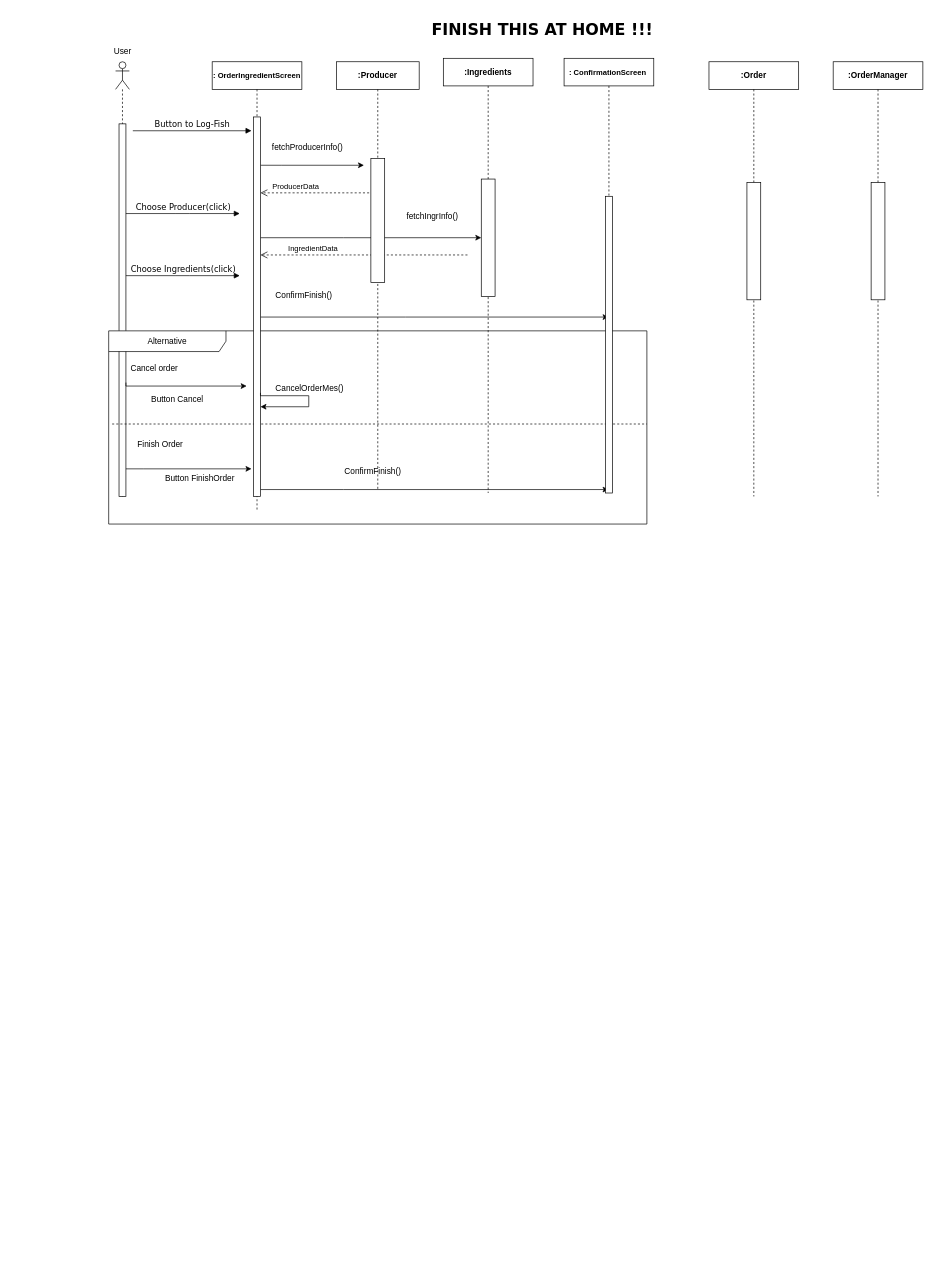
Above: Delivarable3/SequenceDiagram/OrderIngredientsSeq.drawio in TMCEID/SoftEngFishApp (draw.io), before the change. Source tidied: cells renumbered, new cells numbered last; positions are measured from the earlier drawing's top-left corner, leaving out a move shared by most shapes. Both pictures are drawn from the tidied source at 69%, with x=0, y=0 at pixel (105, 15).
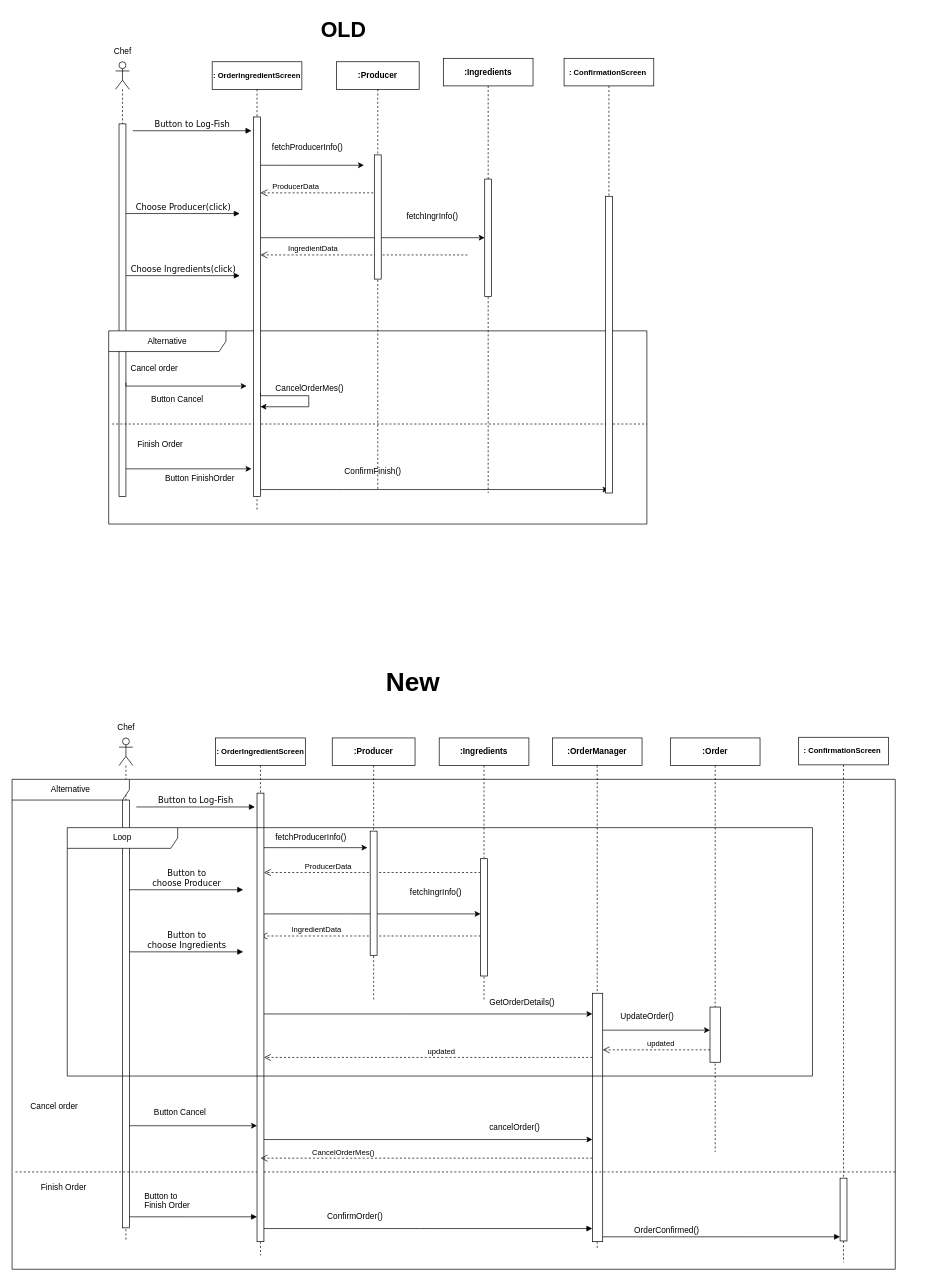
After the change.

Commit message:
Kostas: Finally updated it!

The change refers to these unchanged cells:
```xml
<mxCell id="27" value="&lt;b&gt;&lt;font style=&quot;font-size: 11px;&quot;&gt;: ConfirmationScreen&amp;nbsp; &lt;br&gt;&lt;/font&gt;&lt;/b&gt;" style="shape=umlLifeline;perimeter=lifelinePerimeter;whiteSpace=wrap;html=1;outlineConnect=0;portConstraint=eastwest;newEdgeStyle={&quot;curved&quot;:0,&quot;rounded&quot;:0};" parent="1" vertex="1">
  <mxGeometry x="665" y="62" width="130" height="630" as="geometry" />
</mxCell>
<mxCell id="29" value="&lt;b&gt;:Ingredients&lt;/b&gt;" style="shape=umlLifeline;perimeter=lifelinePerimeter;whiteSpace=wrap;html=1;newEdgeStyle={&quot;curved&quot;:0,&quot;rounded&quot;:0};" parent="1" vertex="1">
  <mxGeometry x="490" y="62" width="130" height="630" as="geometry" />
</mxCell>
<mxCell id="31" value="&lt;b&gt;:Producer&lt;/b&gt;" style="shape=umlLifeline;perimeter=lifelinePerimeter;whiteSpace=wrap;html=1;outlineConnect=0;portConstraint=eastwest;newEdgeStyle={&quot;curved&quot;:0,&quot;rounded&quot;:0};" parent="1" vertex="1">
  <mxGeometry x="335" y="67" width="120" height="620" as="geometry" />
</mxCell>
```

The edit, as a diff of the source:
```diff
@@
-    <mxCell id="5" value="User" style="text;html=1;align=center;verticalAlign=middle;strokeColor=none;fillColor=none;" parent="1" vertex="1">
+    <mxCell id="5" value="Chef" style="text;html=1;align=center;verticalAlign=middle;strokeColor=none;fillColor=none;" parent="1" vertex="1">
       <mxGeometry y="37" width="50" height="30" as="geometry" />
     </mxCell>
@@
-    <mxCell id="14" style="edgeStyle=orthogonalEdgeStyle;rounded=0;jettySize=auto;html=1;curved=0;" parent="1" edge="1" target="27">
-      <mxGeometry relative="1" as="geometry">
-        <mxPoint x="225" y="437" as="sourcePoint" />
-        <Array as="points">
-          <mxPoint x="435" y="437" />
-          <mxPoint x="435" y="437" />
-        </Array>
-      </mxGeometry>
-    </mxCell>
-    <mxCell id="15" value="ConfirmFinish()" style="text;whiteSpace=wrap;html=1;" parent="1" vertex="1">
-      <mxGeometry x="245" y="392" width="110" height="20" as="geometry" />
-    </mxCell>
@@
     <mxCell id="30" style="html=1;points=[[0,0,0,0,5],[0,1,0,0,-5],[1,0,0,0,5],[1,1,0,0,-5]];perimeter=orthogonalPerimeter;outlineConnect=0;targetShapes=umlLifeline;portConstraint=eastwest;newEdgeStyle={&quot;curved&quot;:0,&quot;rounded&quot;:0};" parent="29" vertex="1">
-      <mxGeometry x="55" y="175" width="20" height="170" as="geometry" />
+      <mxGeometry x="60" y="175" width="10" height="170" as="geometry" />
     </mxCell>
@@
     <mxCell id="32" style="html=1;perimeter=orthogonalPerimeter;targetShapes=umlLifeline;newEdgeStyle={&quot;curved&quot;:0,&quot;rounded&quot;:0};" parent="31" vertex="1">
-      <mxGeometry x="50" y="140" width="20" height="180" as="geometry" />
+      <mxGeometry x="55" y="135" width="10" height="180" as="geometry" />
     </mxCell>
@@
     <mxCell id="36" value="&lt;b&gt;:Order&lt;/b&gt;" style="shape=umlLifeline;perimeter=lifelinePerimeter;whiteSpace=wrap;html=1;newEdgeStyle={&quot;curved&quot;:0,&quot;rounded&quot;:0};" parent="1" vertex="1">
-      <mxGeometry x="875" y="67" width="130" height="630" as="geometry" />
+      <mxGeometry x="819" y="1047" width="130" height="600" as="geometry" />
     </mxCell>
     <mxCell id="37" style="html=1;points=[[0,0,0,0,5],[0,1,0,0,-5],[1,0,0,0,5],[1,1,0,0,-5]];perimeter=orthogonalPerimeter;outlineConnect=0;targetShapes=umlLifeline;portConstraint=eastwest;newEdgeStyle={&quot;curved&quot;:0,&quot;rounded&quot;:0};" parent="36" vertex="1">
-      <mxGeometry x="55" y="175" width="20" height="170" as="geometry" />
+      <mxGeometry x="57.5" y="390" width="15" height="80" as="geometry" />
     </mxCell>
     <mxCell id="38" value="&lt;b&gt;:OrderManager&lt;/b&gt;" style="shape=umlLifeline;perimeter=lifelinePerimeter;whiteSpace=wrap;html=1;newEdgeStyle={&quot;curved&quot;:0,&quot;rounded&quot;:0};" parent="1" vertex="1">
-      <mxGeometry x="1055" y="67" width="130" height="630" as="geometry" />
+      <mxGeometry x="648" y="1047" width="130" height="740" as="geometry" />
     </mxCell>
     <mxCell id="39" style="html=1;points=[[0,0,0,0,5],[0,1,0,0,-5],[1,0,0,0,5],[1,1,0,0,-5]];perimeter=orthogonalPerimeter;outlineConnect=0;targetShapes=umlLifeline;portConstraint=eastwest;newEdgeStyle={&quot;curved&quot;:0,&quot;rounded&quot;:0};" parent="38" vertex="1">
-      <mxGeometry x="55" y="175" width="20" height="170" as="geometry" />
+      <mxGeometry x="58" y="370" width="15" height="360" as="geometry" />
     </mxCell>
-    <mxCell id="40" value="&lt;font style=&quot;font-size: 23px;&quot;&gt;&lt;b&gt;&lt;font face=&quot;Verdana&quot;&gt;FINISH THIS AT HOME !!!&lt;span style=&quot;white-space: pre;&quot;&gt;&#9;&lt;/span&gt;&lt;/font&gt;&lt;/b&gt;&lt;/font&gt;" style="text;html=1;align=center;verticalAlign=middle;strokeColor=none;fillColor=none;" parent="1" vertex="1">
-      <mxGeometry x="480" width="370" height="40" as="geometry" />
-    </mxCell>
+    <mxCell id="41" value="&lt;b&gt;&lt;font style=&quot;font-size: 31px;&quot;&gt;OLD&lt;/font&gt;&lt;/b&gt;" style="text;html=1;align=center;verticalAlign=middle;strokeColor=none;fillColor=none;" parent="1" vertex="1">
+      <mxGeometry x="300" y="-5" width="90" height="50" as="geometry" />
+    </mxCell>
+    <mxCell id="42" value="&lt;b&gt;&lt;font style=&quot;font-size: 38px;&quot;&gt;New&lt;/font&gt;&lt;/b&gt;" style="text;whiteSpace=wrap;html=1;" parent="1" vertex="1">
+      <mxGeometry x="405" y="937" width="100" height="60" as="geometry" />
+    </mxCell>
+    <mxCell id="43" value="Button to Log-Fish" style="html=1;verticalAlign=bottom;endArrow=block;labelBackgroundColor=none;fontFamily=Verdana;fontSize=12;edgeStyle=elbowEdgeStyle;elbow=vertical;" parent="1" edge="1">
+      <mxGeometry relative="1" as="geometry">
+        <mxPoint x="45" y="1147" as="sourcePoint" />
+        <mxPoint x="217" y="1146.9" as="targetPoint" />
+      </mxGeometry>
+    </mxCell>
+    <mxCell id="44" style="shape=umlLifeline;perimeter=lifelinePerimeter;whiteSpace=wrap;html=1;newEdgeStyle={&quot;curved&quot;:0,&quot;rounded&quot;:0};participant=umlActor;" parent="1" vertex="1">
+      <mxGeometry x="20" y="1047" width="20" height="730" as="geometry" />
+    </mxCell>
+    <mxCell id="45" style="html=1;perimeter=orthogonalPerimeter;targetShapes=umlLifeline;newEdgeStyle={&quot;curved&quot;:0,&quot;rounded&quot;:0};" parent="44" vertex="1">
+      <mxGeometry x="5" y="90" width="10" height="620" as="geometry" />
+    </mxCell>
+    <mxCell id="46" value="Chef" style="text;html=1;align=center;verticalAlign=middle;strokeColor=none;fillColor=none;" parent="1" vertex="1">
+      <mxGeometry x="5" y="1017" width="50" height="30" as="geometry" />
+    </mxCell>
+    <mxCell id="47" style="edgeStyle=orthogonalEdgeStyle;rounded=0;orthogonalLoop=1;jettySize=auto;html=1;curved=0;" parent="1" edge="1">
+      <mxGeometry relative="1" as="geometry">
+        <mxPoint x="230" y="1206" as="sourcePoint" />
+        <mxPoint x="380" y="1206" as="targetPoint" />
+        <Array as="points">
+          <mxPoint x="260" y="1206" />
+          <mxPoint x="260" y="1206" />
+        </Array>
+      </mxGeometry>
+    </mxCell>
+    <mxCell id="48" value="fetchProducerInfo()" style="text;whiteSpace=wrap;html=1;" parent="1" vertex="1">
+      <mxGeometry x="245" y="1177" width="110" height="20" as="geometry" />
+    </mxCell>
+    <mxCell id="49" value="fetchIngrInfo()" style="text;whiteSpace=wrap;html=1;" parent="1" vertex="1">
+      <mxGeometry x="440" y="1257" width="82" height="30" as="geometry" />
+    </mxCell>
+    <mxCell id="50" style="edgeStyle=orthogonalEdgeStyle;rounded=0;jettySize=auto;html=1;curved=0;" parent="1" edge="1" target="69">
+      <mxGeometry relative="1" as="geometry">
+        <mxPoint x="230" y="1302" as="sourcePoint" />
+        <Array as="points">
+          <mxPoint x="350" y="1302" />
+          <mxPoint x="350" y="1302" />
+        </Array>
+      </mxGeometry>
+    </mxCell>
+    <mxCell id="51" value="ProducerData" style="html=1;verticalAlign=bottom;endArrow=open;dashed=1;endSize=8;curved=0;rounded=0;" parent="1" edge="1" source="69">
+      <mxGeometry x="0.41" relative="1" as="geometry">
+        <mxPoint x="230" y="1242" as="targetPoint" />
+      </mxGeometry>
+    </mxCell>
+    <mxCell id="52" value="IngredientData" style="html=1;verticalAlign=bottom;endArrow=open;dashed=1;endSize=8;curved=0;rounded=0;" parent="1" edge="1">
+      <mxGeometry x="0.49" relative="1" as="geometry">
+        <mxPoint x="544" y="1334" as="sourcePoint" />
+        <mxPoint x="225.1" y="1334" as="targetPoint" />
+      </mxGeometry>
+    </mxCell>
+    <mxCell id="53" value="Button to&lt;br&gt;choose Producer" style="html=1;verticalAlign=bottom;endArrow=block;labelBackgroundColor=none;fontFamily=Verdana;fontSize=12;edgeStyle=elbowEdgeStyle;elbow=vertical;" parent="1" edge="1">
+      <mxGeometry relative="1" as="geometry">
+        <mxPoint x="35" y="1267" as="sourcePoint" />
+        <mxPoint x="200" y="1267" as="targetPoint" />
+      </mxGeometry>
+    </mxCell>
+    <mxCell id="54" value="Button to&lt;br&gt;choose Ingredients " style="html=1;verticalAlign=bottom;endArrow=block;labelBackgroundColor=none;fontFamily=Verdana;fontSize=12;edgeStyle=elbowEdgeStyle;elbow=vertical;" parent="1" edge="1">
+      <mxGeometry relative="1" as="geometry">
+        <mxPoint x="35" y="1357" as="sourcePoint" />
+        <mxPoint x="200" y="1357" as="targetPoint" />
+      </mxGeometry>
+    </mxCell>
+    <mxCell id="55" value="Alternative" style="shape=umlFrame;whiteSpace=wrap;html=1;width=170;" parent="1" vertex="1">
+      <mxGeometry x="-135" y="1107" width="1280" height="710" as="geometry" />
+    </mxCell>
+    <mxCell id="56" value="Cancel order" style="text;html=1;" parent="55" vertex="1">
+      <mxGeometry width="100" height="20" relative="1" as="geometry">
+        <mxPoint x="25" y="460" as="offset" />
+      </mxGeometry>
+    </mxCell>
+    <mxCell id="57" style="line;strokeWidth=1;dashed=1;labelPosition=center;verticalLabelPosition=bottom;align=left;verticalAlign=top;spacingLeft=20;spacingTop=15;html=1;whiteSpace=wrap;" parent="55" vertex="1">
+      <mxGeometry x="5" y="564" width="1275" height="10" as="geometry" />
+    </mxCell>
+    <mxCell id="58" value="Button Cancel " style="text;whiteSpace=wrap;html=1;" parent="55" vertex="1">
+      <mxGeometry x="204" y="469.2" width="120" height="25" as="geometry" />
+    </mxCell>
+    <mxCell id="59" value="Finish Order" style="text;html=1;align=center;verticalAlign=middle;whiteSpace=wrap;rounded=0;" parent="55" vertex="1">
+      <mxGeometry x="40" y="577" width="70" height="30" as="geometry" />
+    </mxCell>
+    <mxCell id="60" value="Button to &lt;br&gt;Finish Order" style="text;whiteSpace=wrap;html=1;" parent="55" vertex="1">
+      <mxGeometry x="190" y="590" width="90" height="30" as="geometry" />
+    </mxCell>
+    <mxCell id="61" style="edgeStyle=orthogonalEdgeStyle;rounded=0;orthogonalLoop=1;jettySize=auto;html=1;curved=0;" parent="55" edge="1">
+      <mxGeometry relative="1" as="geometry">
+        <mxPoint x="170" y="502" as="sourcePoint" />
+        <mxPoint x="355" y="502" as="targetPoint" />
+        <Array as="points">
+          <mxPoint x="350" y="502" />
+          <mxPoint x="350" y="502" />
+        </Array>
+      </mxGeometry>
+    </mxCell>
+    <mxCell id="62" value="ConfirmOrder()" style="text;whiteSpace=wrap;html=1;" parent="55" vertex="1">
+      <mxGeometry x="455" y="620" width="100" height="20" as="geometry" />
+    </mxCell>
+    <mxCell id="63" style="html=1;verticalAlign=bottom;endArrow=block;labelBackgroundColor=none;fontFamily=Verdana;fontSize=12;edgeStyle=elbowEdgeStyle;elbow=vertical;" parent="55" edge="1">
+      <mxGeometry x="-0.07" relative="1" as="geometry">
+        <mxPoint x="363" y="651" as="sourcePoint" />
+        <mxPoint x="841" y="651" as="targetPoint" />
+      </mxGeometry>
+    </mxCell>
+    <mxCell id="64" value="OrderConfirmed()" style="text;whiteSpace=wrap;html=1;" parent="55" vertex="1">
+      <mxGeometry x="900" y="640" width="100" height="20" as="geometry" />
+    </mxCell>
+    <mxCell id="65" value="cancelOrder()" style="text;whiteSpace=wrap;html=1;" parent="55" vertex="1">
+      <mxGeometry x="690" y="490" width="100" height="30" as="geometry" />
+    </mxCell>
+    <mxCell id="66" value="&lt;b&gt;&lt;font style=&quot;font-size: 11px;&quot;&gt;: ConfirmationScreen&amp;nbsp; &lt;br&gt;&lt;/font&gt;&lt;/b&gt;" style="shape=umlLifeline;perimeter=lifelinePerimeter;whiteSpace=wrap;html=1;newEdgeStyle={&quot;curved&quot;:0,&quot;rounded&quot;:0};" parent="1" vertex="1">
+      <mxGeometry x="1005" y="1046" width="130" height="761" as="geometry" />
+    </mxCell>
+    <mxCell id="67" style="html=1;perimeter=orthogonalPerimeter;targetShapes=umlLifeline;newEdgeStyle={&quot;curved&quot;:0,&quot;rounded&quot;:0};" parent="66" vertex="1">
+      <mxGeometry x="60" y="639" width="10" height="91" as="geometry" />
+    </mxCell>
+    <mxCell id="68" value="&lt;b&gt;:Ingredients&lt;/b&gt;" style="shape=umlLifeline;perimeter=lifelinePerimeter;whiteSpace=wrap;html=1;newEdgeStyle={&quot;curved&quot;:0,&quot;rounded&quot;:0};" parent="1" vertex="1">
+      <mxGeometry x="484" y="1047" width="130" height="380" as="geometry" />
+    </mxCell>
+    <mxCell id="69" style="html=1;points=[[0,0,0,0,5],[0,1,0,0,-5],[1,0,0,0,5],[1,1,0,0,-5]];perimeter=orthogonalPerimeter;outlineConnect=0;targetShapes=umlLifeline;portConstraint=eastwest;newEdgeStyle={&quot;curved&quot;:0,&quot;rounded&quot;:0};" parent="68" vertex="1">
+      <mxGeometry x="60" y="175" width="10" height="170" as="geometry" />
+    </mxCell>
+    <mxCell id="70" value="&lt;b&gt;:Producer&lt;/b&gt;" style="shape=umlLifeline;perimeter=lifelinePerimeter;whiteSpace=wrap;html=1;newEdgeStyle={&quot;curved&quot;:0,&quot;rounded&quot;:0};" parent="1" vertex="1">
+      <mxGeometry x="329" y="1047" width="120" height="380" as="geometry" />
+    </mxCell>
+    <mxCell id="71" style="html=1;perimeter=orthogonalPerimeter;targetShapes=umlLifeline;newEdgeStyle={&quot;curved&quot;:0,&quot;rounded&quot;:0};" parent="70" vertex="1">
+      <mxGeometry x="55" y="135" width="10" height="180" as="geometry" />
+    </mxCell>
+    <mxCell id="72" value="&lt;b&gt;&lt;font style=&quot;font-size: 11px;&quot;&gt;: OrderIngredientScreen&lt;/font&gt;&lt;/b&gt;" style="shape=umlLifeline;perimeter=lifelinePerimeter;whiteSpace=wrap;html=1;newEdgeStyle={&quot;curved&quot;:0,&quot;rounded&quot;:0};" parent="1" vertex="1">
+      <mxGeometry x="160" y="1047" width="130" height="750" as="geometry" />
+    </mxCell>
+    <mxCell id="73" style="html=1;points=[[0,0,0,0,5],[0,1,0,0,-5],[1,0,0,0,5],[1,1,0,0,-5]];perimeter=orthogonalPerimeter;outlineConnect=0;targetShapes=umlLifeline;portConstraint=eastwest;newEdgeStyle={&quot;curved&quot;:0,&quot;rounded&quot;:0};" parent="72" vertex="1">
+      <mxGeometry x="60" y="80" width="10" height="650" as="geometry" />
+    </mxCell>
+    <mxCell id="74" style="edgeStyle=orthogonalEdgeStyle;rounded=0;jettySize=auto;html=1;curved=0;" parent="1" edge="1" source="73" target="39">
+      <mxGeometry relative="1" as="geometry">
+        <Array as="points">
+          <mxPoint x="435" y="1447" />
+          <mxPoint x="435" y="1447" />
+        </Array>
+      </mxGeometry>
+    </mxCell>
+    <mxCell id="75" value="GetOrderDetails()" style="text;whiteSpace=wrap;html=1;" parent="1" vertex="1">
+      <mxGeometry x="555" y="1417" width="140" height="40" as="geometry" />
+    </mxCell>
+    <mxCell id="76" style="edgeStyle=orthogonalEdgeStyle;rounded=0;jettySize=auto;html=1;curved=0;" parent="1" edge="1" target="37">
+      <mxGeometry relative="1" as="geometry">
+        <mxPoint x="721" y="1470.5" as="sourcePoint" />
+        <Array as="points">
+          <mxPoint x="835" y="1471" />
+          <mxPoint x="835" y="1471" />
+        </Array>
+      </mxGeometry>
+    </mxCell>
+    <mxCell id="77" value="UpdateOrder()" style="text;whiteSpace=wrap;html=1;" parent="1" vertex="1">
+      <mxGeometry x="745" y="1437" width="100" height="20" as="geometry" />
+    </mxCell>
+    <mxCell id="78" value="Loop" style="shape=umlFrame;whiteSpace=wrap;html=1;width=160;" parent="1" vertex="1">
+      <mxGeometry x="-55" y="1177" width="1080" height="360" as="geometry" />
+    </mxCell>
+    <mxCell id="79" value="updated" style="html=1;verticalAlign=bottom;endArrow=open;dashed=1;endSize=8;curved=0;rounded=0;" parent="1" edge="1">
+      <mxGeometry x="-0.08" relative="1" as="geometry">
+        <mxPoint x="876.5" y="1499" as="sourcePoint" />
+        <mxPoint x="721" y="1499" as="targetPoint" />
+      </mxGeometry>
+    </mxCell>
+    <mxCell id="80" value="updated" style="html=1;verticalAlign=bottom;endArrow=open;dashed=1;endSize=8;curved=0;rounded=0;" parent="1" edge="1">
+      <mxGeometry x="-0.08" relative="1" as="geometry">
+        <mxPoint x="706" y="1510" as="sourcePoint" />
+        <mxPoint x="230" y="1510" as="targetPoint" />
+      </mxGeometry>
+    </mxCell>
+    <mxCell id="81" style="html=1;verticalAlign=bottom;endArrow=block;labelBackgroundColor=none;fontFamily=Verdana;fontSize=12;edgeStyle=elbowEdgeStyle;elbow=vertical;" parent="1" edge="1">
+      <mxGeometry x="-0.07" relative="1" as="geometry">
+        <mxPoint x="35" y="1741" as="sourcePoint" />
+        <mxPoint x="220" y="1741" as="targetPoint" />
+      </mxGeometry>
+    </mxCell>
+    <mxCell id="82" style="html=1;verticalAlign=bottom;endArrow=block;labelBackgroundColor=none;fontFamily=Verdana;fontSize=12;edgeStyle=elbowEdgeStyle;elbow=vertical;" parent="1" edge="1">
+      <mxGeometry x="-0.07" relative="1" as="geometry">
+        <mxPoint x="721" y="1770" as="sourcePoint" />
+        <mxPoint x="1065" y="1770" as="targetPoint" />
+        <Array as="points">
+          <mxPoint x="945" y="1770" />
+        </Array>
+      </mxGeometry>
+    </mxCell>
+    <mxCell id="83" style="edgeStyle=orthogonalEdgeStyle;rounded=0;orthogonalLoop=1;jettySize=auto;html=1;curved=0;" parent="1" edge="1">
+      <mxGeometry relative="1" as="geometry">
+        <mxPoint x="230" y="1629" as="sourcePoint" />
+        <mxPoint x="706" y="1629" as="targetPoint" />
+        <Array as="points">
+          <mxPoint x="245" y="1629" />
+          <mxPoint x="245" y="1629" />
+        </Array>
+      </mxGeometry>
+    </mxCell>
+    <mxCell id="84" value="CancelOrderMes()" style="html=1;verticalAlign=bottom;endArrow=open;dashed=1;endSize=8;curved=0;rounded=0;" parent="1" edge="1">
+      <mxGeometry x="0.5" y="1" relative="1" as="geometry">
+        <mxPoint x="706" y="1656" as="sourcePoint" />
+        <mxPoint x="225.1" y="1656" as="targetPoint" />
+      </mxGeometry>
+    </mxCell>
```
